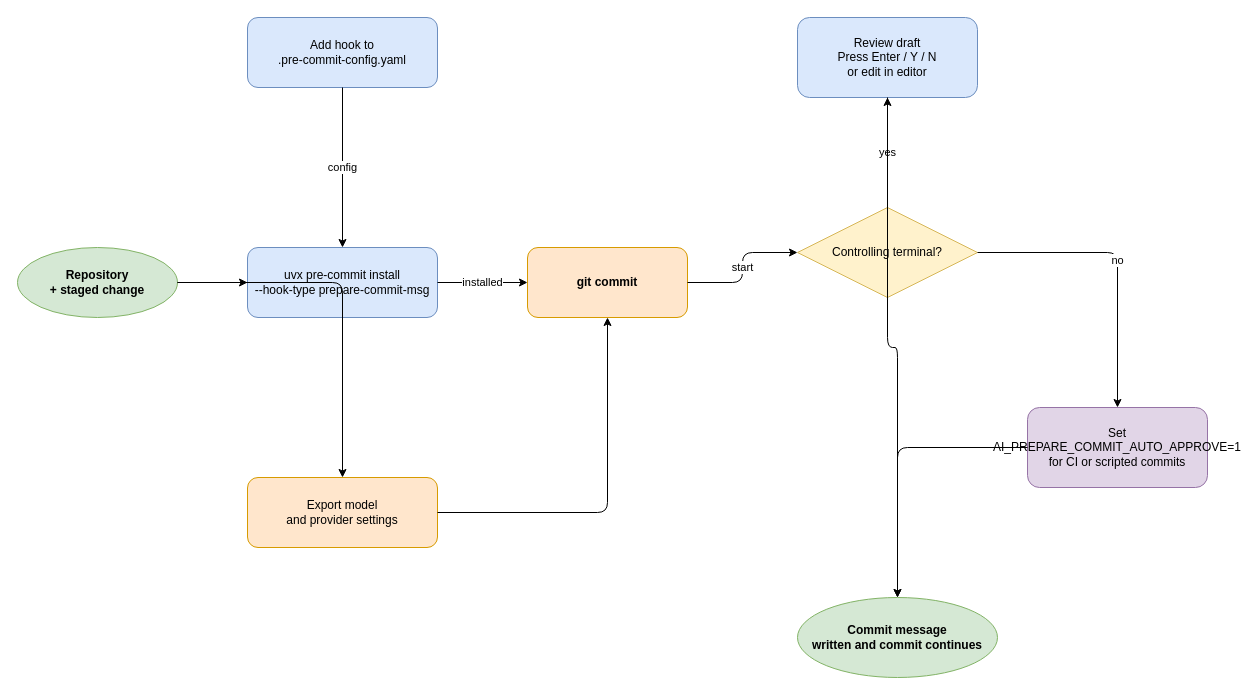
The draw.io diagram docs/assets/diagrams/install-and-run.drawio in electrocucaracha/ai-prepare-commit-msg, before the edit. Source tidied: cells renumbered, new cells numbered last; positions are measured from the earlier drawing's top-left corner, leaving out a move shared by most shapes. Both pictures are drawn from the tidied source at 100%, with x=0, y=0 at pixel (17, 17).
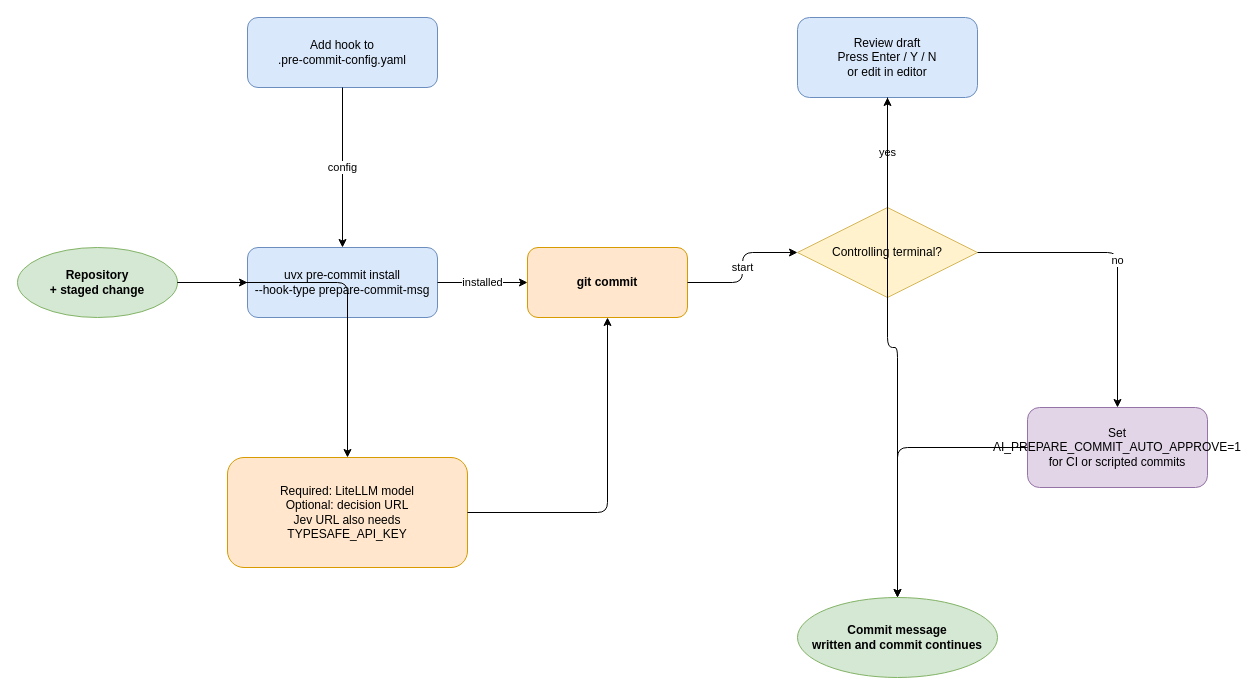
After the change.

What changed in the source:
```diff
@@
-    <mxCell id="5" value="Export model&#10;and provider settings" style="rounded=1;whiteSpace=wrap;html=1;fillColor=#ffe6cc;strokeColor=#d79b00;" parent="1" vertex="1">
-      <mxGeometry x="230" y="460" width="190" height="70" as="geometry" />
+    <mxCell id="5" value="Required: LiteLLM model&#10;Optional: decision URL&#10;Jev URL also needs&#10;TYPESAFE_API_KEY" style="rounded=1;whiteSpace=wrap;html=1;fillColor=#ffe6cc;strokeColor=#d79b00;" parent="1" vertex="1">
+      <mxGeometry x="210" y="440" width="240" height="110" as="geometry" />
     </mxCell>
```
